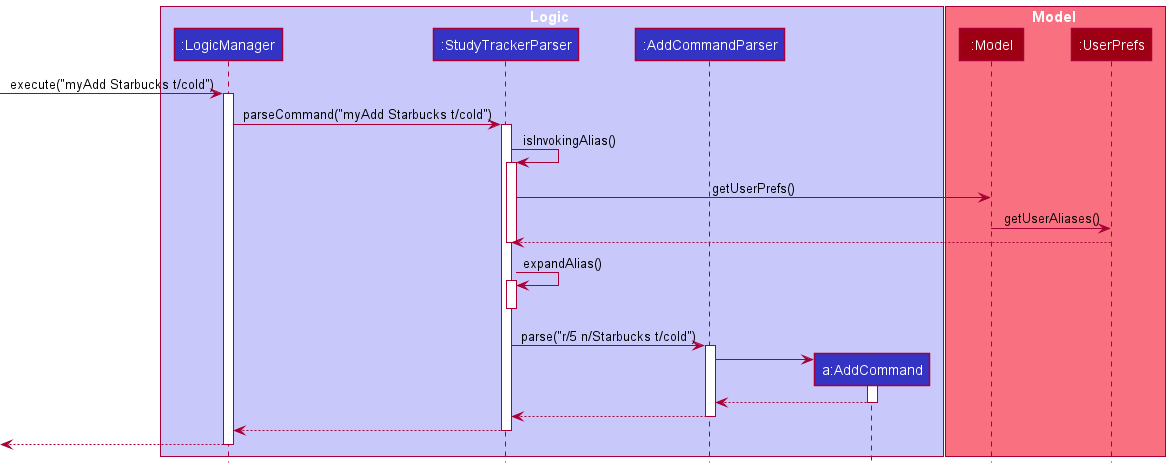
Above: docs/images/AliasSequenceDiagram.png in ruoyann/tp (PlantUML), before the change. Its diagram source:
```plantuml
@startuml
!include style.puml

box Logic LOGIC_COLOR_T1
participant ":LogicManager" as LogicManager LOGIC_COLOR
participant ":StudyTrackerParser" as StudyTrackerParser LOGIC_COLOR
participant ":AddCommandParser" as AddCommandParser LOGIC_COLOR
participant "a:AddCommand" as AddCommand LOGIC_COLOR
end box

box Model MODEL_COLOR_T1
participant ":Model" as Model MODEL_COLOR
participant ":UserPrefs" as UserPrefs MODEL_COLOR
end box
[-> LogicManager : execute("myAdd Starbucks t/cold")
activate LogicManager

LogicManager -> StudyTrackerParser : parseCommand("myAdd Starbucks t/cold")
activate StudyTrackerParser

StudyTrackerParser -> StudyTrackerParser : isInvokingAlias()
activate StudyTrackerParser

StudyTrackerParser -> Model : getUserPrefs()
Model -> UserPrefs : getUserAliases()
UserPrefs --> StudyTrackerParser

deactivate StudyTrackerParser

StudyTrackerParser -> StudyTrackerParser : expandAlias()
activate StudyTrackerParser
deactivate StudyTrackerParser

StudyTrackerParser -> AddCommandParser : parse("r/5 n/Starbucks t/cold")
activate AddCommandParser

create AddCommand
AddCommandParser -> AddCommand
activate AddCommand
AddCommand --> AddCommandParser
deactivate AddCommand

AddCommandParser --> StudyTrackerParser
deactivate AddCommandParser

StudyTrackerParser --> LogicManager
deactivate StudyTrackerParser
[<--LogicManager

deactivate LogicManager

@enduml
```
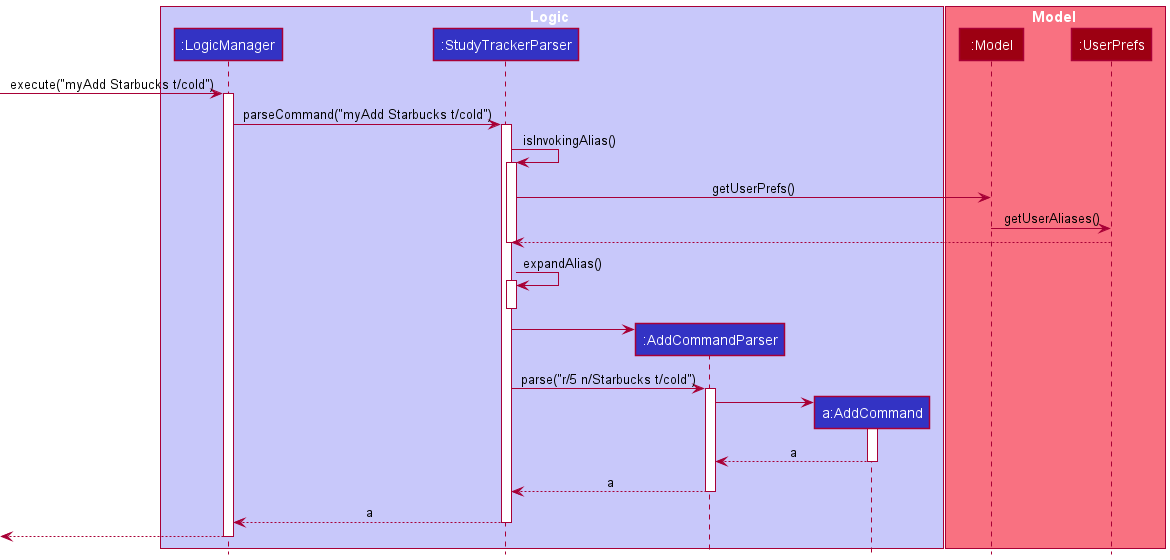
After the change.

Commit message:
Update Alias Sequence Diagram

What changed in the source:
```diff
@@ -31,19 +31,21 @@
 activate StudyTrackerParser
 deactivate StudyTrackerParser
 
+create AddCommandParser
+StudyTrackerParser -> AddCommandParser
 StudyTrackerParser -> AddCommandParser : parse("r/5 n/Starbucks t/cold")
 activate AddCommandParser
 
 create AddCommand
 AddCommandParser -> AddCommand
 activate AddCommand
-AddCommand --> AddCommandParser
+AddCommand --> AddCommandParser : a
 deactivate AddCommand
 
-AddCommandParser --> StudyTrackerParser
+AddCommandParser --> StudyTrackerParser : a
 deactivate AddCommandParser
 
-StudyTrackerParser --> LogicManager
+StudyTrackerParser --> LogicManager : a
 deactivate StudyTrackerParser
 [<--LogicManager
 
```
